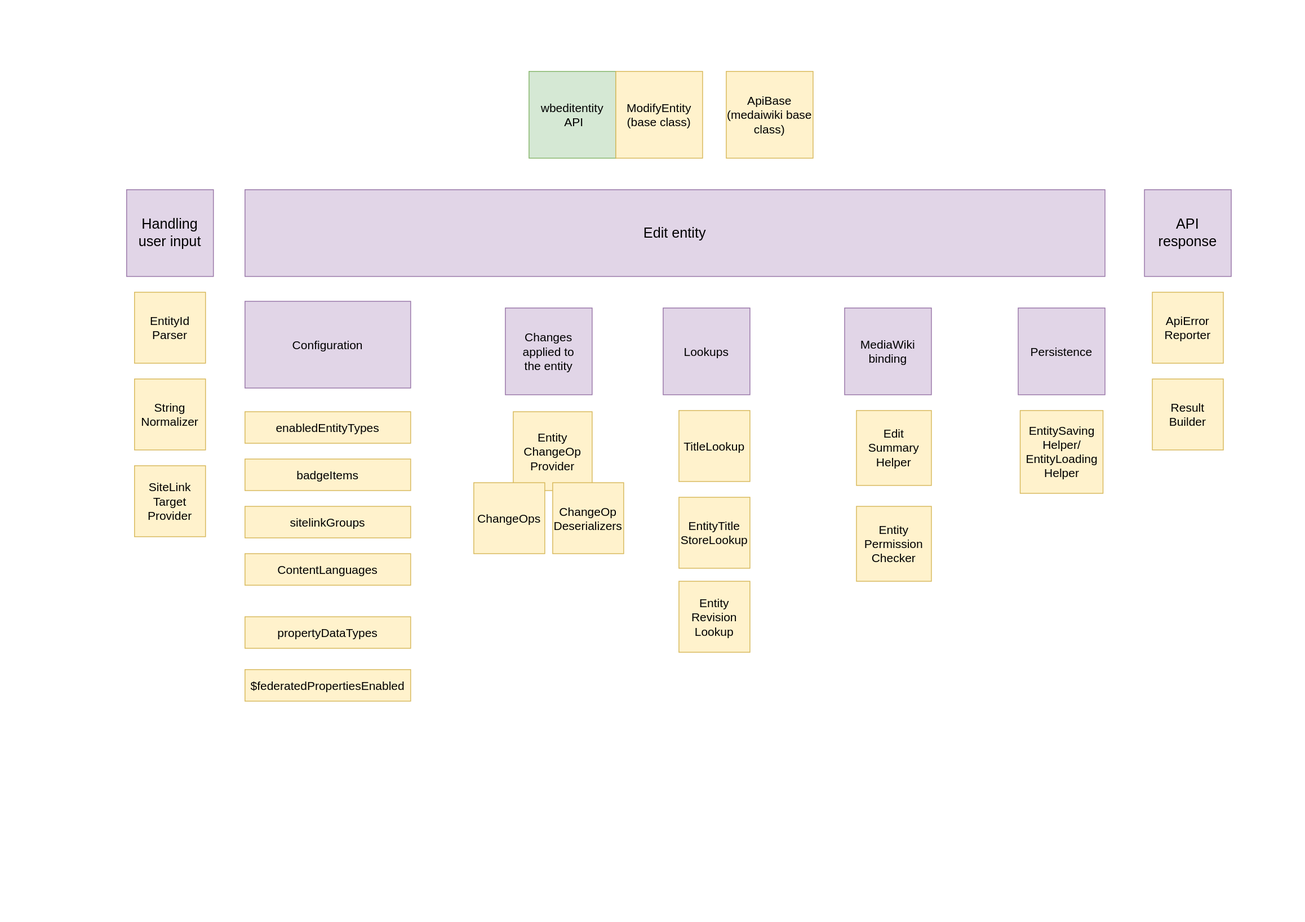
This is systems/WikibaseRepo/diagrams/05-api-wbeditentity.drawio.svg from wmde/wikidata-wikibase-architecture, a draw.io export, as it was before one commit. Source tidied: cells renumbered, new cells last; positions are measured from the earlier drawing's top-left corner, leaving out a move shared by most shapes. The source it was exported from:
```xml
<mxGraphModel>
  <root>
    <mxCell id="0" />
    <mxCell id="1" parent="0" />
    <mxCell id="2" value="wbeditentity&lt;br&gt;&amp;nbsp;API" style="whiteSpace=wrap;html=1;fillColor=#d5e8d4;strokeColor=#82b366;fontSize=15;fontStyle=0;" parent="1" vertex="1">
      <mxGeometry x="510" width="110" height="110" as="geometry" />
    </mxCell>
    <mxCell id="3" value="&lt;div style=&quot;font-size: 15px;&quot;&gt;ModifyEntity&lt;/div&gt;&lt;div style=&quot;font-size: 15px;&quot;&gt;(base class)&lt;br style=&quot;font-size: 15px;&quot;&gt;&lt;/div&gt;" style="whiteSpace=wrap;html=1;fillColor=#fff2cc;strokeColor=#d6b656;fontSize=15;fontStyle=0;" parent="1" vertex="1">
      <mxGeometry x="620" width="110" height="110" as="geometry" />
    </mxCell>
    <mxCell id="4" value="&lt;div style=&quot;font-size: 15px;&quot;&gt;ApiBase&lt;/div&gt;&lt;div style=&quot;font-size: 15px;&quot;&gt;(medaiwiki base class)&lt;br style=&quot;font-size: 15px;&quot;&gt;&lt;/div&gt;" style="whiteSpace=wrap;html=1;fillColor=#fff2cc;strokeColor=#d6b656;fontSize=15;fontStyle=0;" parent="1" vertex="1">
      <mxGeometry x="760" width="110" height="110" as="geometry" />
    </mxCell>
    <mxCell id="5" value="API response" style="whiteSpace=wrap;html=1;fillColor=#e1d5e7;strokeColor=#9673a6;fontSize=18;fontStyle=0;" parent="1" vertex="1">
      <mxGeometry x="1290" y="150" width="110" height="110" as="geometry" />
    </mxCell>
    <mxCell id="6" value="Handling user input" style="whiteSpace=wrap;html=1;fillColor=#e1d5e7;strokeColor=#9673a6;fontSize=18;fontStyle=0;" parent="1" vertex="1">
      <mxGeometry y="150" width="110" height="110" as="geometry" />
    </mxCell>
    <mxCell id="7" value="Edit entity" style="rounded=0;whiteSpace=wrap;html=1;fillColor=#e1d5e7;strokeColor=#9673a6;fontSize=18;fontStyle=0;" parent="1" vertex="1">
      <mxGeometry x="150" y="150" width="1090" height="110" as="geometry" />
    </mxCell>
    <mxCell id="8" value="&lt;div style=&quot;font-size: 15px;&quot;&gt;SiteLink&lt;/div&gt;&lt;div style=&quot;font-size: 15px;&quot;&gt;Target&lt;/div&gt;&lt;div style=&quot;font-size: 15px;&quot;&gt;Provider&lt;br style=&quot;font-size: 15px;&quot;&gt;&lt;/div&gt;" style="whiteSpace=wrap;html=1;fillColor=#fff2cc;strokeColor=#d6b656;fontSize=15;fontStyle=0;" parent="1" vertex="1">
      <mxGeometry x="10" y="500" width="90" height="90" as="geometry" />
    </mxCell>
    <mxCell id="9" value="&lt;div style=&quot;font-size: 15px;&quot;&gt;EntityId&lt;/div&gt;&lt;div style=&quot;font-size: 15px;&quot;&gt;Parser&lt;/div&gt;" style="whiteSpace=wrap;html=1;fillColor=#fff2cc;strokeColor=#d6b656;fontSize=15;fontStyle=0;" parent="1" vertex="1">
      <mxGeometry x="10" y="280" width="90" height="90" as="geometry" />
    </mxCell>
    <mxCell id="10" value="&lt;div style=&quot;font-size: 15px;&quot;&gt;String&lt;/div&gt;&lt;div style=&quot;font-size: 15px;&quot;&gt;Normalizer&lt;br style=&quot;font-size: 15px;&quot;&gt;&lt;/div&gt;" style="whiteSpace=wrap;html=1;fillColor=#fff2cc;strokeColor=#d6b656;fontSize=15;fontStyle=0;" parent="1" vertex="1">
      <mxGeometry x="10" y="390" width="90" height="90" as="geometry" />
    </mxCell>
    <mxCell id="11" value="&lt;div style=&quot;font-size: 15px;&quot;&gt;Result&lt;/div&gt;&lt;div style=&quot;font-size: 15px;&quot;&gt;Builder&lt;/div&gt;" style="whiteSpace=wrap;html=1;fillColor=#fff2cc;strokeColor=#d6b656;fontSize=15;fontStyle=0;" parent="1" vertex="1">
      <mxGeometry x="1300" y="390" width="90" height="90" as="geometry" />
    </mxCell>
    <mxCell id="12" value="&lt;div style=&quot;font-size: 15px;&quot;&gt;ApiError&lt;/div&gt;&lt;div style=&quot;font-size: 15px;&quot;&gt;Reporter&lt;/div&gt;" style="whiteSpace=wrap;html=1;fillColor=#fff2cc;strokeColor=#d6b656;fontSize=15;fontStyle=0;" parent="1" vertex="1">
      <mxGeometry x="1300" y="280" width="90" height="90" as="geometry" />
    </mxCell>
    <mxCell id="13" value="Configuration" style="rounded=0;whiteSpace=wrap;html=1;fillColor=#e1d5e7;strokeColor=#9673a6;fontSize=15;fontStyle=0;" parent="1" vertex="1">
      <mxGeometry x="150" y="291.5" width="210" height="110" as="geometry" />
    </mxCell>
    <mxCell id="14" value="Lookups" style="whiteSpace=wrap;html=1;fillColor=#e1d5e7;strokeColor=#9673a6;fontSize=15;fontStyle=0;" parent="1" vertex="1">
      <mxGeometry x="680" y="300" width="110" height="110" as="geometry" />
    </mxCell>
    <mxCell id="15" value="&lt;div style=&quot;font-size: 15px;&quot;&gt;Changes&lt;/div&gt;&lt;div style=&quot;font-size: 15px;&quot;&gt;applied to&lt;/div&gt;&lt;div style=&quot;font-size: 15px;&quot;&gt;the entity&lt;br style=&quot;font-size: 15px;&quot;&gt;&lt;/div&gt;" style="whiteSpace=wrap;html=1;fillColor=#e1d5e7;strokeColor=#9673a6;fontSize=15;fontStyle=0;" parent="1" vertex="1">
      <mxGeometry x="480" y="300" width="110" height="110" as="geometry" />
    </mxCell>
    <mxCell id="16" value="&lt;div style=&quot;font-size: 15px;&quot;&gt;MediaWiki&lt;/div&gt;&lt;div style=&quot;font-size: 15px;&quot;&gt;binding&lt;br style=&quot;font-size: 15px;&quot;&gt;&lt;/div&gt;" style="whiteSpace=wrap;html=1;fillColor=#e1d5e7;strokeColor=#9673a6;fontSize=15;fontStyle=0;" parent="1" vertex="1">
      <mxGeometry x="910" y="300" width="110" height="110" as="geometry" />
    </mxCell>
    <mxCell id="17" value="Persistence" style="whiteSpace=wrap;html=1;fillColor=#e1d5e7;strokeColor=#9673a6;fontSize=15;fontStyle=0;" parent="1" vertex="1">
      <mxGeometry x="1130" y="300" width="110" height="110" as="geometry" />
    </mxCell>
    <mxCell id="18" value="&lt;div style=&quot;font-size: 15px;&quot;&gt;Entity&lt;/div&gt;&lt;div style=&quot;font-size: 15px;&quot;&gt;ChangeOp&lt;/div&gt;&lt;div style=&quot;font-size: 15px;&quot;&gt;Provider&lt;/div&gt;" style="whiteSpace=wrap;html=1;fillColor=#fff2cc;strokeColor=#d6b656;fontSize=15;fontStyle=0;" parent="1" vertex="1">
      <mxGeometry x="490" y="431.5" width="100" height="100" as="geometry" />
    </mxCell>
    <mxCell id="19" value="ChangeOps" style="whiteSpace=wrap;html=1;fillColor=#fff2cc;strokeColor=#d6b656;fontSize=15;fontStyle=0;" parent="1" vertex="1">
      <mxGeometry x="440" y="521.5" width="90" height="90" as="geometry" />
    </mxCell>
    <mxCell id="20" value="&lt;div style=&quot;font-size: 15px;&quot;&gt;ChangeOp&lt;/div&gt;&lt;div style=&quot;font-size: 15px;&quot;&gt;Deserializers&lt;/div&gt;" style="whiteSpace=wrap;html=1;fillColor=#fff2cc;strokeColor=#d6b656;fontSize=15;fontStyle=0;" parent="1" vertex="1">
      <mxGeometry x="540" y="521.5" width="90" height="90" as="geometry" />
    </mxCell>
    <mxCell id="21" value="enabledEntityTypes" style="rounded=0;whiteSpace=wrap;html=1;fillColor=#fff2cc;strokeColor=#d6b656;fontSize=15;fontStyle=0;" parent="1" vertex="1">
      <mxGeometry x="150" y="431.5" width="210" height="40" as="geometry" />
    </mxCell>
    <mxCell id="22" value="badgeItems" style="rounded=0;whiteSpace=wrap;html=1;fillColor=#fff2cc;strokeColor=#d6b656;fontSize=15;fontStyle=0;" parent="1" vertex="1">
      <mxGeometry x="150" y="491.5" width="210" height="40" as="geometry" />
    </mxCell>
    <mxCell id="23" value="sitelinkGroups" style="rounded=0;whiteSpace=wrap;html=1;fillColor=#fff2cc;strokeColor=#d6b656;fontSize=15;fontStyle=0;" parent="1" vertex="1">
      <mxGeometry x="150" y="551.5" width="210" height="40" as="geometry" />
    </mxCell>
    <mxCell id="24" value="ContentLanguages" style="rounded=0;whiteSpace=wrap;html=1;fillColor=#fff2cc;strokeColor=#d6b656;fontSize=15;fontStyle=0;" parent="1" vertex="1">
      <mxGeometry x="150" y="611.5" width="210" height="40" as="geometry" />
    </mxCell>
    <mxCell id="25" value="propertyDataTypes" style="rounded=0;whiteSpace=wrap;html=1;fillColor=#fff2cc;strokeColor=#d6b656;fontSize=15;fontStyle=0;" parent="1" vertex="1">
      <mxGeometry x="150" y="691.5" width="210" height="40" as="geometry" />
    </mxCell>
    <mxCell id="26" value="$federatedPropertiesEnabled" style="rounded=0;whiteSpace=wrap;html=1;fillColor=#fff2cc;strokeColor=#d6b656;fontSize=15;fontStyle=0;" parent="1" vertex="1">
      <mxGeometry x="150" y="758.5" width="210" height="40" as="geometry" />
    </mxCell>
    <mxCell id="27" value="&lt;div style=&quot;font-size: 15px;&quot;&gt;Entity&lt;/div&gt;&lt;div style=&quot;font-size: 15px;&quot;&gt;Revision&lt;/div&gt;&lt;div style=&quot;font-size: 15px;&quot;&gt;Lookup&lt;/div&gt;" style="whiteSpace=wrap;html=1;fillColor=#fff2cc;strokeColor=#d6b656;fontSize=15;fontStyle=0;" parent="1" vertex="1">
      <mxGeometry x="700" y="646.5" width="90" height="90" as="geometry" />
    </mxCell>
    <mxCell id="28" value="&lt;div style=&quot;font-size: 15px;&quot;&gt;EntityTitle&lt;/div&gt;&lt;div style=&quot;font-size: 15px;&quot;&gt;StoreLookup&lt;/div&gt;" style="whiteSpace=wrap;html=1;fillColor=#fff2cc;strokeColor=#d6b656;fontSize=15;fontStyle=0;" parent="1" vertex="1">
      <mxGeometry x="700" y="540" width="90" height="90" as="geometry" />
    </mxCell>
    <mxCell id="29" value="TitleLookup" style="whiteSpace=wrap;html=1;fillColor=#fff2cc;strokeColor=#d6b656;fontSize=15;fontStyle=0;" parent="1" vertex="1">
      <mxGeometry x="700" y="430" width="90" height="90" as="geometry" />
    </mxCell>
    <mxCell id="30" value="&lt;div style=&quot;font-size: 15px;&quot;&gt;Entity&lt;/div&gt;&lt;div style=&quot;font-size: 15px;&quot;&gt;Permission&lt;/div&gt;&lt;div style=&quot;font-size: 15px;&quot;&gt;Checker&lt;/div&gt;" style="whiteSpace=wrap;html=1;fillColor=#fff2cc;strokeColor=#d6b656;fontSize=15;fontStyle=0;" parent="1" vertex="1">
      <mxGeometry x="925" y="551.5" width="95" height="95" as="geometry" />
    </mxCell>
    <mxCell id="31" value="&lt;div style=&quot;font-size: 15px;&quot;&gt;Edit&lt;/div&gt;&lt;div style=&quot;font-size: 15px;&quot;&gt;Summary&lt;/div&gt;&lt;div style=&quot;font-size: 15px;&quot;&gt;Helper&lt;/div&gt;" style="whiteSpace=wrap;html=1;fillColor=#fff2cc;strokeColor=#d6b656;fontSize=15;fontStyle=0;" parent="1" vertex="1">
      <mxGeometry x="925" y="430" width="95" height="95" as="geometry" />
    </mxCell>
    <mxCell id="32" value="&lt;div style=&quot;font-size: 15px;&quot;&gt;EntitySaving&lt;/div&gt;&lt;div style=&quot;font-size: 15px;&quot;&gt;Helper/&lt;/div&gt;&lt;div style=&quot;font-size: 15px;&quot;&gt;EntityLoading&lt;/div&gt;&lt;div style=&quot;font-size: 15px;&quot;&gt;Helper&lt;/div&gt;" style="whiteSpace=wrap;html=1;fillColor=#fff2cc;strokeColor=#d6b656;fontSize=15;fontStyle=0;" parent="1" vertex="1">
      <mxGeometry x="1132.5" y="430" width="105" height="105" as="geometry" />
    </mxCell>
  </root>
</mxGraphModel>
```
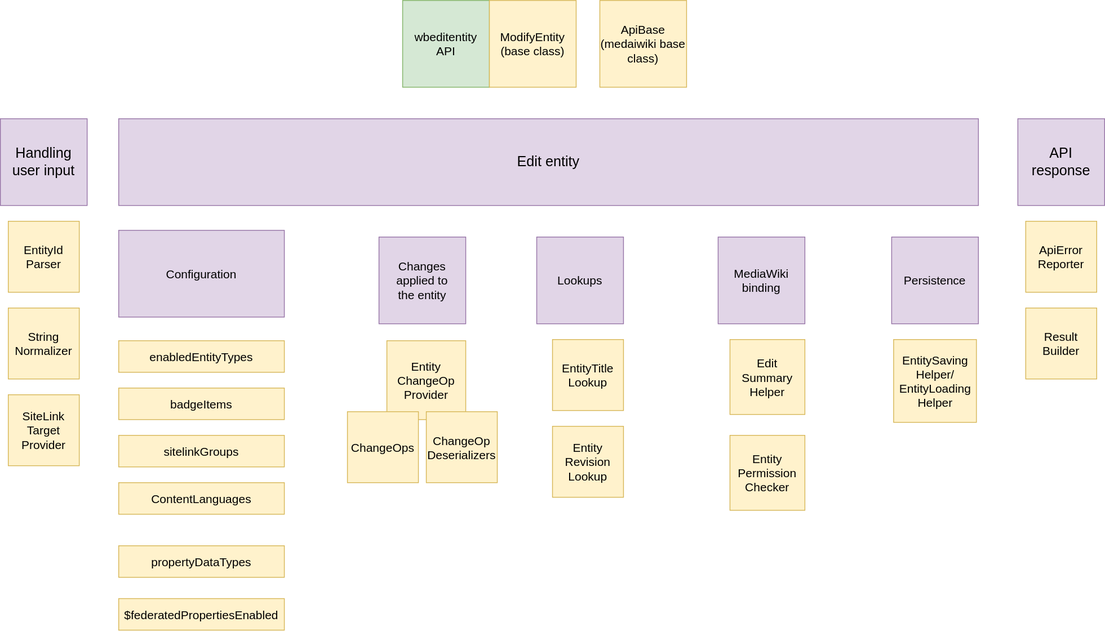
After the commit.

The edit, as a diff of the source:
```diff
@@ -78,12 +78,9 @@
       <mxGeometry x="150" y="758.5" width="210" height="40" as="geometry" />
     </mxCell>
     <mxCell id="27" value="&lt;div style=&quot;font-size: 15px;&quot;&gt;Entity&lt;/div&gt;&lt;div style=&quot;font-size: 15px;&quot;&gt;Revision&lt;/div&gt;&lt;div style=&quot;font-size: 15px;&quot;&gt;Lookup&lt;/div&gt;" style="whiteSpace=wrap;html=1;fillColor=#fff2cc;strokeColor=#d6b656;fontSize=15;fontStyle=0;" parent="1" vertex="1">
-      <mxGeometry x="700" y="646.5" width="90" height="90" as="geometry" />
+      <mxGeometry x="700" y="540" width="90" height="90" as="geometry" />
     </mxCell>
-    <mxCell id="28" value="&lt;div style=&quot;font-size: 15px;&quot;&gt;EntityTitle&lt;/div&gt;&lt;div style=&quot;font-size: 15px;&quot;&gt;StoreLookup&lt;/div&gt;" style="whiteSpace=wrap;html=1;fillColor=#fff2cc;strokeColor=#d6b656;fontSize=15;fontStyle=0;" parent="1" vertex="1">
-      <mxGeometry x="700" y="540" width="90" height="90" as="geometry" />
-    </mxCell>
-    <mxCell id="29" value="TitleLookup" style="whiteSpace=wrap;html=1;fillColor=#fff2cc;strokeColor=#d6b656;fontSize=15;fontStyle=0;" parent="1" vertex="1">
+    <mxCell id="29" value="EntityTitle&lt;br&gt;Lookup" style="whiteSpace=wrap;html=1;fillColor=#fff2cc;strokeColor=#d6b656;fontSize=15;fontStyle=0;" parent="1" vertex="1">
       <mxGeometry x="700" y="430" width="90" height="90" as="geometry" />
     </mxCell>
     <mxCell id="30" value="&lt;div style=&quot;font-size: 15px;&quot;&gt;Entity&lt;/div&gt;&lt;div style=&quot;font-size: 15px;&quot;&gt;Permission&lt;/div&gt;&lt;div style=&quot;font-size: 15px;&quot;&gt;Checker&lt;/div&gt;" style="whiteSpace=wrap;html=1;fillColor=#fff2cc;strokeColor=#d6b656;fontSize=15;fontStyle=0;" parent="1" vertex="1">
```
